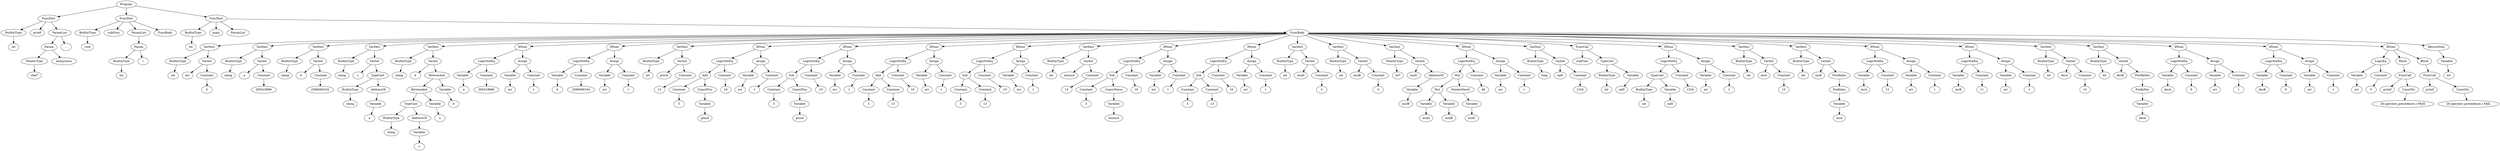
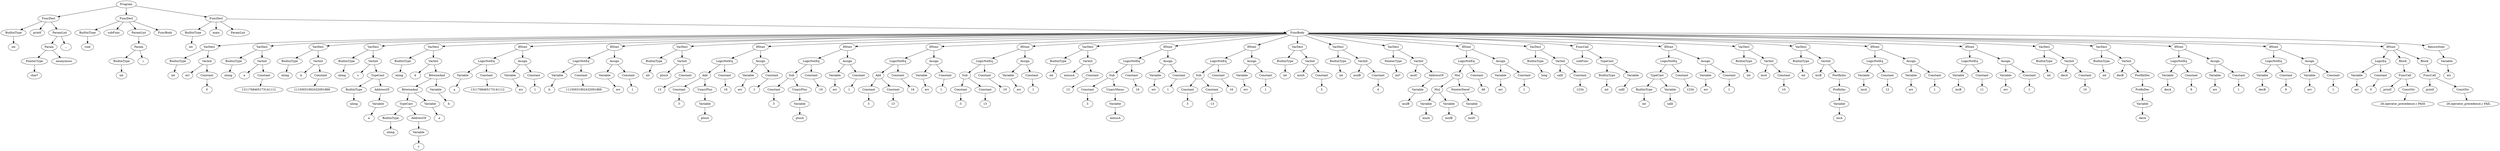
digraph {
Program [label = Program]
Program -> FuncDecl_0
FuncDecl_0 [label = FuncDecl]
FuncDecl_0 -> BuiltinType_1
BuiltinType_1 [label = BuiltinType]
"int_1" [label = "int"]
BuiltinType_1 -> "int_1"
printf_0[ label = printf]
FuncDecl_0 -> printf_0
FuncDecl_0 -> ParamList_2
ParamList_2 [label = ParamList]
ParamList_2 -> Param_3
Param_3 [label = Param]
Param_3 -> PointerType_4
PointerType_4 [label = PointerType]
"char*_4" [label = "char*"]
PointerType_4 -> "char*_4"
anonymous_3 [label = anonymous]
Param_3 -> anonymous_3
"..._2" [label = "..."]
ParamList_2 -> "..._2"
Program -> FuncDecl_5
FuncDecl_5 [label = FuncDecl]
FuncDecl_5 -> BuiltinType_6
BuiltinType_6 [label = BuiltinType]
"void_6" [label = "void"]
BuiltinType_6 -> "void_6"
subFunc_5[ label = subFunc]
FuncDecl_5 -> subFunc_5
FuncDecl_5 -> ParamList_7
ParamList_7 [label = ParamList]
ParamList_7 -> Param_8
Param_8 [label = Param]
Param_8 -> BuiltinType_9
BuiltinType_9 [label = BuiltinType]
"int_9" [label = "int"]
BuiltinType_9 -> "int_9"
i_8 [label = i]
Param_8 -> i_8
FuncDecl_5 -> FuncBody_10
FuncBody_10 [label = FuncBody]
Program -> FuncDecl_11
FuncDecl_11 [label = FuncDecl]
FuncDecl_11 -> BuiltinType_12
BuiltinType_12 [label = BuiltinType]
"int_12" [label = "int"]
BuiltinType_12 -> "int_12"
main_11[ label = main]
FuncDecl_11 -> main_11
FuncDecl_11 -> ParamList_13
ParamList_13 [label = ParamList]
FuncDecl_11 -> FuncBody_14
FuncBody_14 [label = FuncBody]
FuncBody_14 -> VarDecl_15
VarDecl_15 [label = VarDecl]
VarDecl_15 -> BuiltinType_16
BuiltinType_16 [label = BuiltinType]
"int_16" [label = "int"]
BuiltinType_16 -> "int_16"
VarDecl_15 -> VarInit_17
VarInit_17 [label = VarInit]
err_17 [label = err]
VarInit_17 -> err_17
VarInit_17 -> Constant_18
Constant_18 [label = Constant]
int_18 [label = "0"]
Constant_18 -> int_18
FuncBody_14 -> VarDecl_19
VarDecl_19 [label = VarDecl]
VarDecl_19 -> BuiltinType_20
BuiltinType_20 [label = BuiltinType]
"ulong_20" [label = "ulong"]
BuiltinType_20 -> "ulong_20"
VarDecl_19 -> VarInit_21
VarInit_21 [label = VarInit]
a_21 [label = a]
VarInit_21 -> a_21
VarInit_21 -> Constant_22
Constant_22 [label = Constant]
- uint_22 [label = "305419896"]
- Constant_22 -> uint_22
+ long_22 [label = "1311768465173141112"]
+ Constant_22 -> long_22
FuncBody_14 -> VarDecl_23
VarDecl_23 [label = VarDecl]
VarDecl_23 -> BuiltinType_24
BuiltinType_24 [label = BuiltinType]
"ulong_24" [label = "ulong"]
BuiltinType_24 -> "ulong_24"
VarDecl_23 -> VarInit_25
VarInit_25 [label = VarInit]
b_25 [label = b]
VarInit_25 -> b_25
VarInit_25 -> Constant_26
Constant_26 [label = Constant]
- uint_26 [label = "2596069104"]
- Constant_26 -> uint_26
+ ulong_26 [label = "11150031902432091888"]
+ Constant_26 -> ulong_26
FuncBody_14 -> VarDecl_27
VarDecl_27 [label = VarDecl]
VarDecl_27 -> BuiltinType_28
BuiltinType_28 [label = BuiltinType]
"ulong_28" [label = "ulong"]
BuiltinType_28 -> "ulong_28"
VarDecl_27 -> VarInit_29
VarInit_29 [label = VarInit]
c_29 [label = c]
VarInit_29 -> c_29
VarInit_29 -> TypeCast_30
TypeCast_30 [label = TypeCast]
TypeCast_30 -> BuiltinType_31
BuiltinType_31 [label = BuiltinType]
"ulong_31" [label = "ulong"]
BuiltinType_31 -> "ulong_31"
TypeCast_30 -> AddressOf_32
AddressOf_32 [label = AddressOf]
AddressOf_32 -> Variable_33
Variable_33 [label = Variable]
a_33 [label = a]
Variable_33 -> a_33
FuncBody_14 -> VarDecl_34
VarDecl_34 [label = VarDecl]
VarDecl_34 -> BuiltinType_35
BuiltinType_35 [label = BuiltinType]
"ulong_35" [label = "ulong"]
BuiltinType_35 -> "ulong_35"
VarDecl_34 -> VarInit_36
VarInit_36 [label = VarInit]
d_36 [label = d]
VarInit_36 -> d_36
VarInit_36 -> BitwiseAnd_37
BitwiseAnd_37 [label = BitwiseAnd]
BitwiseAnd_37 -> BitwiseAnd_38
BitwiseAnd_38 [label = BitwiseAnd]
BitwiseAnd_38 -> TypeCast_39
TypeCast_39 [label = TypeCast]
TypeCast_39 -> BuiltinType_40
BuiltinType_40 [label = BuiltinType]
"ulong_40" [label = "ulong"]
BuiltinType_40 -> "ulong_40"
TypeCast_39 -> AddressOf_41
AddressOf_41 [label = AddressOf]
AddressOf_41 -> Variable_42
Variable_42 [label = Variable]
c_42 [label = c]
Variable_42 -> c_42
BitwiseAnd_38 -> Variable_43
Variable_43 [label = Variable]
a_43 [label = a]
Variable_43 -> a_43
BitwiseAnd_37 -> Variable_44
Variable_44 [label = Variable]
b_44 [label = b]
Variable_44 -> b_44
FuncBody_14 -> IfStmt_45
IfStmt_45 [label = IfStmt]
IfStmt_45 -> LogicNotEq_46
LogicNotEq_46 [label = LogicNotEq]
LogicNotEq_46 -> Variable_47
Variable_47 [label = Variable]
a_47 [label = a]
Variable_47 -> a_47
LogicNotEq_46 -> Constant_48
Constant_48 [label = Constant]
- uint_48 [label = "305419896"]
- Constant_48 -> uint_48
+ long_48 [label = "1311768465173141112"]
+ Constant_48 -> long_48
IfStmt_45 -> Assign_49
Assign_49 [label = Assign]
Assign_49 -> Variable_50
Variable_50 [label = Variable]
err_50 [label = err]
Variable_50 -> err_50
Assign_49 -> Constant_51
Constant_51 [label = Constant]
int_51 [label = "1"]
Constant_51 -> int_51
FuncBody_14 -> IfStmt_52
IfStmt_52 [label = IfStmt]
IfStmt_52 -> LogicNotEq_53
LogicNotEq_53 [label = LogicNotEq]
LogicNotEq_53 -> Variable_54
Variable_54 [label = Variable]
b_54 [label = b]
Variable_54 -> b_54
LogicNotEq_53 -> Constant_55
Constant_55 [label = Constant]
- uint_55 [label = "2596069104"]
- Constant_55 -> uint_55
+ ulong_55 [label = "11150031902432091888"]
+ Constant_55 -> ulong_55
IfStmt_52 -> Assign_56
Assign_56 [label = Assign]
Assign_56 -> Variable_57
Variable_57 [label = Variable]
err_57 [label = err]
Variable_57 -> err_57
Assign_56 -> Constant_58
Constant_58 [label = Constant]
int_58 [label = "1"]
Constant_58 -> int_58
FuncBody_14 -> VarDecl_59
VarDecl_59 [label = VarDecl]
VarDecl_59 -> BuiltinType_60
BuiltinType_60 [label = BuiltinType]
"int_60" [label = "int"]
BuiltinType_60 -> "int_60"
VarDecl_59 -> VarInit_61
VarInit_61 [label = VarInit]
plusA_61 [label = plusA]
VarInit_61 -> plusA_61
VarInit_61 -> Constant_62
Constant_62 [label = Constant]
int_62 [label = "13"]
Constant_62 -> int_62
FuncBody_14 -> IfStmt_63
IfStmt_63 [label = IfStmt]
IfStmt_63 -> LogicNotEq_64
LogicNotEq_64 [label = LogicNotEq]
LogicNotEq_64 -> Add_65
Add_65 [label = Add]
Add_65 -> Constant_66
Constant_66 [label = Constant]
int_66 [label = "3"]
Constant_66 -> int_66
Add_65 -> UnaryPlus_67
UnaryPlus_67 [label = UnaryPlus]
UnaryPlus_67 -> Variable_68
Variable_68 [label = Variable]
plusA_68 [label = plusA]
Variable_68 -> plusA_68
LogicNotEq_64 -> Constant_69
Constant_69 [label = Constant]
int_69 [label = "16"]
Constant_69 -> int_69
IfStmt_63 -> Assign_70
Assign_70 [label = Assign]
Assign_70 -> Variable_71
Variable_71 [label = Variable]
err_71 [label = err]
Variable_71 -> err_71
Assign_70 -> Constant_72
Constant_72 [label = Constant]
int_72 [label = "1"]
Constant_72 -> int_72
FuncBody_14 -> IfStmt_73
IfStmt_73 [label = IfStmt]
IfStmt_73 -> LogicNotEq_74
LogicNotEq_74 [label = LogicNotEq]
LogicNotEq_74 -> Sub_75
Sub_75 [label = Sub]
Sub_75 -> Constant_76
Constant_76 [label = Constant]
int_76 [label = "3"]
Constant_76 -> int_76
Sub_75 -> UnaryPlus_77
UnaryPlus_77 [label = UnaryPlus]
UnaryPlus_77 -> Variable_78
Variable_78 [label = Variable]
plusA_78 [label = plusA]
Variable_78 -> plusA_78
LogicNotEq_74 -> Constant_79
Constant_79 [label = Constant]
int_79 [label = "-10"]
Constant_79 -> int_79
IfStmt_73 -> Assign_80
Assign_80 [label = Assign]
Assign_80 -> Variable_81
Variable_81 [label = Variable]
err_81 [label = err]
Variable_81 -> err_81
Assign_80 -> Constant_82
Constant_82 [label = Constant]
int_82 [label = "1"]
Constant_82 -> int_82
FuncBody_14 -> IfStmt_83
IfStmt_83 [label = IfStmt]
IfStmt_83 -> LogicNotEq_84
LogicNotEq_84 [label = LogicNotEq]
LogicNotEq_84 -> Add_85
Add_85 [label = Add]
Add_85 -> Constant_86
Constant_86 [label = Constant]
int_86 [label = "3"]
Constant_86 -> int_86
Add_85 -> Constant_87
Constant_87 [label = Constant]
int_87 [label = "13"]
Constant_87 -> int_87
LogicNotEq_84 -> Constant_88
Constant_88 [label = Constant]
int_88 [label = "16"]
Constant_88 -> int_88
IfStmt_83 -> Assign_89
Assign_89 [label = Assign]
Assign_89 -> Variable_90
Variable_90 [label = Variable]
err_90 [label = err]
Variable_90 -> err_90
Assign_89 -> Constant_91
Constant_91 [label = Constant]
int_91 [label = "1"]
Constant_91 -> int_91
FuncBody_14 -> IfStmt_92
IfStmt_92 [label = IfStmt]
IfStmt_92 -> LogicNotEq_93
LogicNotEq_93 [label = LogicNotEq]
LogicNotEq_93 -> Sub_94
Sub_94 [label = Sub]
Sub_94 -> Constant_95
Constant_95 [label = Constant]
int_95 [label = "3"]
Constant_95 -> int_95
Sub_94 -> Constant_96
Constant_96 [label = Constant]
int_96 [label = "13"]
Constant_96 -> int_96
LogicNotEq_93 -> Constant_97
Constant_97 [label = Constant]
int_97 [label = "-10"]
Constant_97 -> int_97
IfStmt_92 -> Assign_98
Assign_98 [label = Assign]
Assign_98 -> Variable_99
Variable_99 [label = Variable]
err_99 [label = err]
Variable_99 -> err_99
Assign_98 -> Constant_100
Constant_100 [label = Constant]
int_100 [label = "1"]
Constant_100 -> int_100
FuncBody_14 -> VarDecl_101
VarDecl_101 [label = VarDecl]
VarDecl_101 -> BuiltinType_102
BuiltinType_102 [label = BuiltinType]
"int_102" [label = "int"]
BuiltinType_102 -> "int_102"
VarDecl_101 -> VarInit_103
VarInit_103 [label = VarInit]
minusA_103 [label = minusA]
VarInit_103 -> minusA_103
VarInit_103 -> Constant_104
Constant_104 [label = Constant]
int_104 [label = "13"]
Constant_104 -> int_104
FuncBody_14 -> IfStmt_105
IfStmt_105 [label = IfStmt]
IfStmt_105 -> LogicNotEq_106
LogicNotEq_106 [label = LogicNotEq]
LogicNotEq_106 -> Sub_107
Sub_107 [label = Sub]
Sub_107 -> Constant_108
Constant_108 [label = Constant]
int_108 [label = "3"]
Constant_108 -> int_108
Sub_107 -> UnaryMinus_109
UnaryMinus_109 [label = UnaryMinus]
UnaryMinus_109 -> Variable_110
Variable_110 [label = Variable]
minusA_110 [label = minusA]
Variable_110 -> minusA_110
LogicNotEq_106 -> Constant_111
Constant_111 [label = Constant]
int_111 [label = "16"]
Constant_111 -> int_111
IfStmt_105 -> Assign_112
Assign_112 [label = Assign]
Assign_112 -> Variable_113
Variable_113 [label = Variable]
err_113 [label = err]
Variable_113 -> err_113
Assign_112 -> Constant_114
Constant_114 [label = Constant]
int_114 [label = "1"]
Constant_114 -> int_114
FuncBody_14 -> IfStmt_115
IfStmt_115 [label = IfStmt]
IfStmt_115 -> LogicNotEq_116
LogicNotEq_116 [label = LogicNotEq]
LogicNotEq_116 -> Sub_117
Sub_117 [label = Sub]
Sub_117 -> Constant_118
Constant_118 [label = Constant]
int_118 [label = "3"]
Constant_118 -> int_118
Sub_117 -> Constant_119
Constant_119 [label = Constant]
int_119 [label = "-13"]
Constant_119 -> int_119
LogicNotEq_116 -> Constant_120
Constant_120 [label = Constant]
int_120 [label = "16"]
Constant_120 -> int_120
IfStmt_115 -> Assign_121
Assign_121 [label = Assign]
Assign_121 -> Variable_122
Variable_122 [label = Variable]
err_122 [label = err]
Variable_122 -> err_122
Assign_121 -> Constant_123
Constant_123 [label = Constant]
int_123 [label = "1"]
Constant_123 -> int_123
FuncBody_14 -> VarDecl_124
VarDecl_124 [label = VarDecl]
VarDecl_124 -> BuiltinType_125
BuiltinType_125 [label = BuiltinType]
"int_125" [label = "int"]
BuiltinType_125 -> "int_125"
VarDecl_124 -> VarInit_126
VarInit_126 [label = VarInit]
mulA_126 [label = mulA]
VarInit_126 -> mulA_126
VarInit_126 -> Constant_127
Constant_127 [label = Constant]
int_127 [label = "3"]
Constant_127 -> int_127
FuncBody_14 -> VarDecl_128
VarDecl_128 [label = VarDecl]
VarDecl_128 -> BuiltinType_129
BuiltinType_129 [label = BuiltinType]
"int_129" [label = "int"]
BuiltinType_129 -> "int_129"
VarDecl_128 -> VarInit_130
VarInit_130 [label = VarInit]
mulB_130 [label = mulB]
VarInit_130 -> mulB_130
VarInit_130 -> Constant_131
Constant_131 [label = Constant]
int_131 [label = "4"]
Constant_131 -> int_131
FuncBody_14 -> VarDecl_132
VarDecl_132 [label = VarDecl]
VarDecl_132 -> PointerType_133
PointerType_133 [label = PointerType]
"int*_133" [label = "int*"]
PointerType_133 -> "int*_133"
VarDecl_132 -> VarInit_134
VarInit_134 [label = VarInit]
mulC_134 [label = mulC]
VarInit_134 -> mulC_134
VarInit_134 -> AddressOf_135
AddressOf_135 [label = AddressOf]
AddressOf_135 -> Variable_136
Variable_136 [label = Variable]
mulB_136 [label = mulB]
Variable_136 -> mulB_136
FuncBody_14 -> IfStmt_137
IfStmt_137 [label = IfStmt]
IfStmt_137 -> LogicNotEq_138
LogicNotEq_138 [label = LogicNotEq]
LogicNotEq_138 -> Mul_139
Mul_139 [label = Mul]
Mul_139 -> Mul_140
Mul_140 [label = Mul]
Mul_140 -> Variable_141
Variable_141 [label = Variable]
mulA_141 [label = mulA]
Variable_141 -> mulA_141
Mul_140 -> Variable_142
Variable_142 [label = Variable]
mulB_142 [label = mulB]
Variable_142 -> mulB_142
Mul_139 -> PointerDeref_143
PointerDeref_143 [label = PointerDeref]
PointerDeref_143 -> Variable_144
Variable_144 [label = Variable]
mulC_144 [label = mulC]
Variable_144 -> mulC_144
LogicNotEq_138 -> Constant_145
Constant_145 [label = Constant]
int_145 [label = "48"]
Constant_145 -> int_145
IfStmt_137 -> Assign_146
Assign_146 [label = Assign]
Assign_146 -> Variable_147
Variable_147 [label = Variable]
err_147 [label = err]
Variable_147 -> err_147
Assign_146 -> Constant_148
Constant_148 [label = Constant]
int_148 [label = "1"]
Constant_148 -> int_148
FuncBody_14 -> VarDecl_149
VarDecl_149 [label = VarDecl]
VarDecl_149 -> BuiltinType_150
BuiltinType_150 [label = BuiltinType]
"long_150" [label = "long"]
BuiltinType_150 -> "long_150"
VarDecl_149 -> VarInit_151
VarInit_151 [label = VarInit]
callI_151 [label = callI]
VarInit_151 -> callI_151
VarInit_151 -> Constant_152
Constant_152 [label = Constant]
int_152 [label = "1234"]
Constant_152 -> int_152
FuncBody_14 -> FuncCall_153
FuncCall_153 [label = FuncCall]
subFunc_153[ label = subFunc]
FuncCall_153 -> subFunc_153
FuncCall_153 -> TypeCast_154
TypeCast_154 [label = TypeCast]
TypeCast_154 -> BuiltinType_155
BuiltinType_155 [label = BuiltinType]
"int_155" [label = "int"]
BuiltinType_155 -> "int_155"
TypeCast_154 -> Variable_156
Variable_156 [label = Variable]
callI_156 [label = callI]
Variable_156 -> callI_156
FuncBody_14 -> IfStmt_157
IfStmt_157 [label = IfStmt]
IfStmt_157 -> LogicNotEq_158
LogicNotEq_158 [label = LogicNotEq]
LogicNotEq_158 -> TypeCast_159
TypeCast_159 [label = TypeCast]
TypeCast_159 -> BuiltinType_160
BuiltinType_160 [label = BuiltinType]
"int_160" [label = "int"]
BuiltinType_160 -> "int_160"
TypeCast_159 -> Variable_161
Variable_161 [label = Variable]
callI_161 [label = callI]
Variable_161 -> callI_161
LogicNotEq_158 -> Constant_162
Constant_162 [label = Constant]
int_162 [label = "1234"]
Constant_162 -> int_162
IfStmt_157 -> Assign_163
Assign_163 [label = Assign]
Assign_163 -> Variable_164
Variable_164 [label = Variable]
err_164 [label = err]
Variable_164 -> err_164
Assign_163 -> Constant_165
Constant_165 [label = Constant]
int_165 [label = "1"]
Constant_165 -> int_165
FuncBody_14 -> VarDecl_166
VarDecl_166 [label = VarDecl]
VarDecl_166 -> BuiltinType_167
BuiltinType_167 [label = BuiltinType]
"int_167" [label = "int"]
BuiltinType_167 -> "int_167"
VarDecl_166 -> VarInit_168
VarInit_168 [label = VarInit]
incA_168 [label = incA]
VarInit_168 -> incA_168
VarInit_168 -> Constant_169
Constant_169 [label = Constant]
int_169 [label = "10"]
Constant_169 -> int_169
FuncBody_14 -> VarDecl_170
VarDecl_170 [label = VarDecl]
VarDecl_170 -> BuiltinType_171
BuiltinType_171 [label = BuiltinType]
"int_171" [label = "int"]
BuiltinType_171 -> "int_171"
VarDecl_170 -> VarInit_172
VarInit_172 [label = VarInit]
incB_172 [label = incB]
VarInit_172 -> incB_172
VarInit_172 -> PostfixInc_173
PostfixInc_173 [label = PostfixInc]
PostfixInc_173 -> PrefixInc_174
PrefixInc_174 [label = PrefixInc]
PrefixInc_174 -> Variable_175
Variable_175 [label = Variable]
incA_175 [label = incA]
Variable_175 -> incA_175
FuncBody_14 -> IfStmt_176
IfStmt_176 [label = IfStmt]
IfStmt_176 -> LogicNotEq_177
LogicNotEq_177 [label = LogicNotEq]
LogicNotEq_177 -> Variable_178
Variable_178 [label = Variable]
incA_178 [label = incA]
Variable_178 -> incA_178
LogicNotEq_177 -> Constant_179
Constant_179 [label = Constant]
int_179 [label = "12"]
Constant_179 -> int_179
IfStmt_176 -> Assign_180
Assign_180 [label = Assign]
Assign_180 -> Variable_181
Variable_181 [label = Variable]
err_181 [label = err]
Variable_181 -> err_181
Assign_180 -> Constant_182
Constant_182 [label = Constant]
int_182 [label = "1"]
Constant_182 -> int_182
FuncBody_14 -> IfStmt_183
IfStmt_183 [label = IfStmt]
IfStmt_183 -> LogicNotEq_184
LogicNotEq_184 [label = LogicNotEq]
LogicNotEq_184 -> Variable_185
Variable_185 [label = Variable]
incB_185 [label = incB]
Variable_185 -> incB_185
LogicNotEq_184 -> Constant_186
Constant_186 [label = Constant]
int_186 [label = "11"]
Constant_186 -> int_186
IfStmt_183 -> Assign_187
Assign_187 [label = Assign]
Assign_187 -> Variable_188
Variable_188 [label = Variable]
err_188 [label = err]
Variable_188 -> err_188
Assign_187 -> Constant_189
Constant_189 [label = Constant]
int_189 [label = "1"]
Constant_189 -> int_189
FuncBody_14 -> VarDecl_190
VarDecl_190 [label = VarDecl]
VarDecl_190 -> BuiltinType_191
BuiltinType_191 [label = BuiltinType]
"int_191" [label = "int"]
BuiltinType_191 -> "int_191"
VarDecl_190 -> VarInit_192
VarInit_192 [label = VarInit]
decA_192 [label = decA]
VarInit_192 -> decA_192
VarInit_192 -> Constant_193
Constant_193 [label = Constant]
int_193 [label = "10"]
Constant_193 -> int_193
FuncBody_14 -> VarDecl_194
VarDecl_194 [label = VarDecl]
VarDecl_194 -> BuiltinType_195
BuiltinType_195 [label = BuiltinType]
"int_195" [label = "int"]
BuiltinType_195 -> "int_195"
VarDecl_194 -> VarInit_196
VarInit_196 [label = VarInit]
decB_196 [label = decB]
VarInit_196 -> decB_196
VarInit_196 -> PostfixDec_197
PostfixDec_197 [label = PostfixDec]
PostfixDec_197 -> PrefixDec_198
PrefixDec_198 [label = PrefixDec]
PrefixDec_198 -> Variable_199
Variable_199 [label = Variable]
decA_199 [label = decA]
Variable_199 -> decA_199
FuncBody_14 -> IfStmt_200
IfStmt_200 [label = IfStmt]
IfStmt_200 -> LogicNotEq_201
LogicNotEq_201 [label = LogicNotEq]
LogicNotEq_201 -> Variable_202
Variable_202 [label = Variable]
decA_202 [label = decA]
Variable_202 -> decA_202
LogicNotEq_201 -> Constant_203
Constant_203 [label = Constant]
int_203 [label = "8"]
Constant_203 -> int_203
IfStmt_200 -> Assign_204
Assign_204 [label = Assign]
Assign_204 -> Variable_205
Variable_205 [label = Variable]
err_205 [label = err]
Variable_205 -> err_205
Assign_204 -> Constant_206
Constant_206 [label = Constant]
int_206 [label = "1"]
Constant_206 -> int_206
FuncBody_14 -> IfStmt_207
IfStmt_207 [label = IfStmt]
IfStmt_207 -> LogicNotEq_208
LogicNotEq_208 [label = LogicNotEq]
LogicNotEq_208 -> Variable_209
Variable_209 [label = Variable]
decB_209 [label = decB]
Variable_209 -> decB_209
LogicNotEq_208 -> Constant_210
Constant_210 [label = Constant]
int_210 [label = "9"]
Constant_210 -> int_210
IfStmt_207 -> Assign_211
Assign_211 [label = Assign]
Assign_211 -> Variable_212
Variable_212 [label = Variable]
err_212 [label = err]
Variable_212 -> err_212
Assign_211 -> Constant_213
Constant_213 [label = Constant]
int_213 [label = "1"]
Constant_213 -> int_213
FuncBody_14 -> IfStmt_214
IfStmt_214 [label = IfStmt]
IfStmt_214 -> LogicEq_215
LogicEq_215 [label = LogicEq]
LogicEq_215 -> Variable_216
Variable_216 [label = Variable]
err_216 [label = err]
Variable_216 -> err_216
LogicEq_215 -> Constant_217
Constant_217 [label = Constant]
int_217 [label = "0"]
Constant_217 -> int_217
IfStmt_214 -> Block_218
Block_218 [label = Block]
Block_218 -> FuncCall_219
FuncCall_219 [label = FuncCall]
printf_219[ label = printf]
FuncCall_219 -> printf_219
FuncCall_219 -> ConstStr_220
ConstStr_220 [label = ConstStr]
str_220 [label = "26.operator_precedence.c PASS"]
ConstStr_220 -> str_220
IfStmt_214 -> Block_221
Block_221 [label = Block]
Block_221 -> FuncCall_222
FuncCall_222 [label = FuncCall]
printf_222[ label = printf]
FuncCall_222 -> printf_222
FuncCall_222 -> ConstStr_223
ConstStr_223 [label = ConstStr]
str_223 [label = "26.operator_precedence.c FAIL"]
ConstStr_223 -> str_223
FuncBody_14 -> ReturnStmt_224
ReturnStmt_224 [label = ReturnStmt]
ReturnStmt_224 -> Variable_225
Variable_225 [label = Variable]
err_225 [label = err]
Variable_225 -> err_225
}
